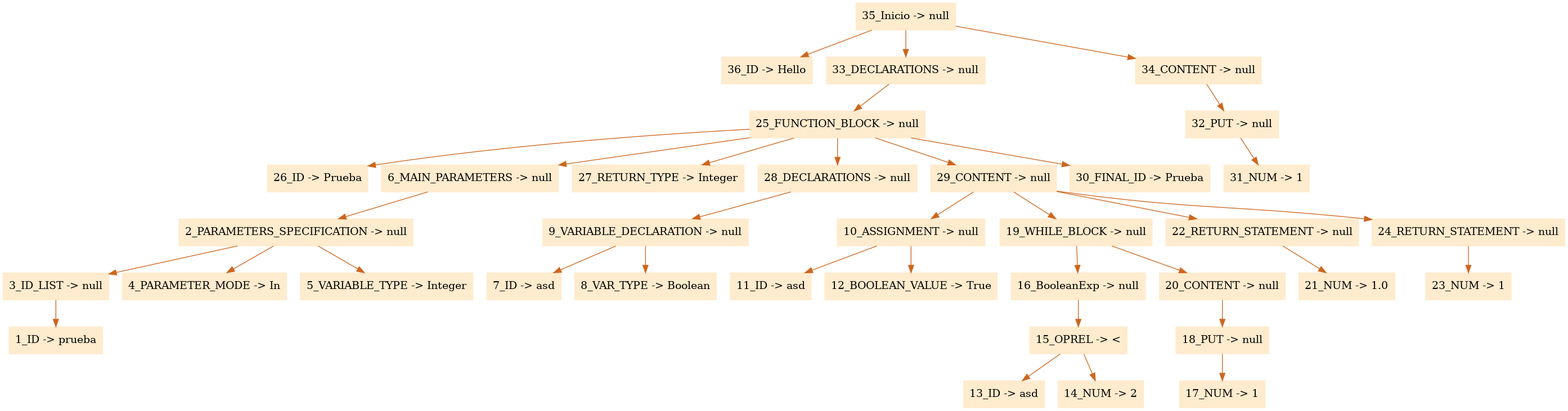
The Graphviz diagram arbol.png in FranciscoPagoaga/Ada95-Compiler, before a commit. Its source is kept beside it as arbol.dot.
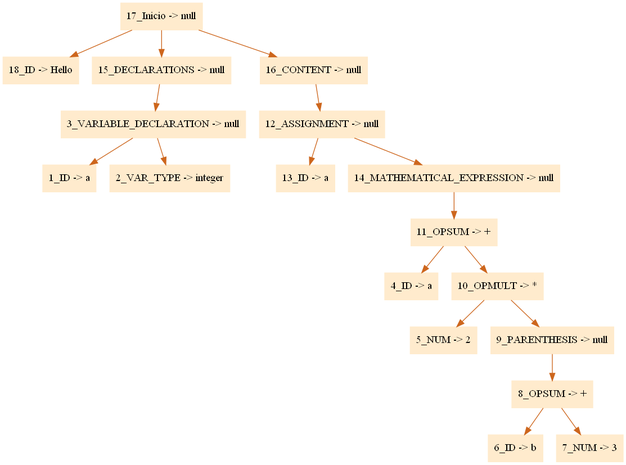
The same diagram one commit later.

Diff of the diagram source:
```diff
@@ -1,40 +1,22 @@
 digraph G {node[shape=box, style=filled, color=blanchedalmond]; edge[color=chocolate3];rankdir=UD
 
-"35_Inicio -> null"->"36_ID -> Hello"
-"35_Inicio -> null"->"33_DECLARATIONS -> null"
-"33_DECLARATIONS -> null"->"25_FUNCTION_BLOCK -> null"
-"25_FUNCTION_BLOCK -> null"->"26_ID -> Prueba"
-"25_FUNCTION_BLOCK -> null"->"6_MAIN_PARAMETERS -> null"
-"6_MAIN_PARAMETERS -> null"->"2_PARAMETERS_SPECIFICATION -> null"
-"2_PARAMETERS_SPECIFICATION -> null"->"3_ID_LIST -> null"
-"3_ID_LIST -> null"->"1_ID -> prueba"
-"2_PARAMETERS_SPECIFICATION -> null"->"4_PARAMETER_MODE -> In"
-"2_PARAMETERS_SPECIFICATION -> null"->"5_VARIABLE_TYPE -> Integer"
-"25_FUNCTION_BLOCK -> null"->"27_RETURN_TYPE -> Integer"
-"25_FUNCTION_BLOCK -> null"->"28_DECLARATIONS -> null"
-"28_DECLARATIONS -> null"->"9_VARIABLE_DECLARATION -> null"
-"9_VARIABLE_DECLARATION -> null"->"7_ID -> asd"
-"9_VARIABLE_DECLARATION -> null"->"8_VAR_TYPE -> Boolean"
-"25_FUNCTION_BLOCK -> null"->"29_CONTENT -> null"
-"29_CONTENT -> null"->"10_ASSIGNMENT -> null"
-"10_ASSIGNMENT -> null"->"11_ID -> asd"
-"10_ASSIGNMENT -> null"->"12_BOOLEAN_VALUE -> True"
-"29_CONTENT -> null"->"19_WHILE_BLOCK -> null"
-"19_WHILE_BLOCK -> null"->"16_BooleanExp -> null"
-"16_BooleanExp -> null"->"15_OPREL -> <"
-"15_OPREL -> <"->"13_ID -> asd"
-"15_OPREL -> <"->"14_NUM -> 2"
-"19_WHILE_BLOCK -> null"->"20_CONTENT -> null"
-"20_CONTENT -> null"->"18_PUT -> null"
-"18_PUT -> null"->"17_NUM -> 1"
-"29_CONTENT -> null"->"22_RETURN_STATEMENT -> null"
-"22_RETURN_STATEMENT -> null"->"21_NUM -> 1.0"
-"29_CONTENT -> null"->"24_RETURN_STATEMENT -> null"
-"24_RETURN_STATEMENT -> null"->"23_NUM -> 1"
-"25_FUNCTION_BLOCK -> null"->"30_FINAL_ID -> Prueba"
-"35_Inicio -> null"->"34_CONTENT -> null"
-"34_CONTENT -> null"->"32_PUT -> null"
-"32_PUT -> null"->"31_NUM -> 1"
+"17_Inicio -> null"->"18_ID -> Hello"
+"17_Inicio -> null"->"15_DECLARATIONS -> null"
+"15_DECLARATIONS -> null"->"3_VARIABLE_DECLARATION -> null"
+"3_VARIABLE_DECLARATION -> null"->"1_ID -> a"
+"3_VARIABLE_DECLARATION -> null"->"2_VAR_TYPE -> integer"
+"17_Inicio -> null"->"16_CONTENT -> null"
+"16_CONTENT -> null"->"12_ASSIGNMENT -> null"
+"12_ASSIGNMENT -> null"->"13_ID -> a"
+"12_ASSIGNMENT -> null"->"14_MATHEMATICAL_EXPRESSION -> null"
+"14_MATHEMATICAL_EXPRESSION -> null"->"11_OPSUM -> +"
+"11_OPSUM -> +"->"4_ID -> a"
+"11_OPSUM -> +"->"10_OPMULT -> *"
+"10_OPMULT -> *"->"5_NUM -> 2"
+"10_OPMULT -> *"->"9_PARENTHESIS -> null"
+"9_PARENTHESIS -> null"->"8_OPSUM -> +"
+"8_OPSUM -> +"->"6_ID -> b"
+"8_OPSUM -> +"->"7_NUM -> 3"
 
 
 }
```
